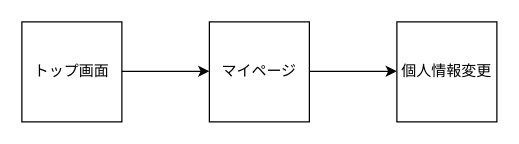
Above: 未命名绘图.drawio in CN-GUOYIMING/draw_io (draw.io), before the change. Source tidied: cells renumbered, new cells numbered last; positions are measured from the earlier drawing's top-left corner, leaving out a move shared by most shapes. Both pictures are drawn from the tidied source at 125%, with x=0, y=0 at pixel (21, 21).
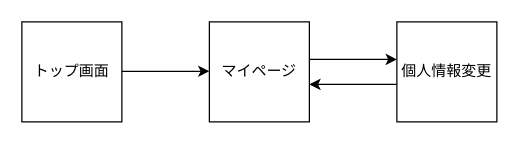
After the change.

Commit message:
更新未命名绘图.drawio

The edit, as a diff of the source:
```diff
@@
 <mxGraphModel>
   <root>
     <mxCell id="0" />
     <mxCell id="1" parent="0" />
     <mxCell id="2" value="トップ画面" style="whiteSpace=wrap;html=1;" parent="1" vertex="1">
       <mxGeometry width="80" height="80" as="geometry" />
     </mxCell>
     <mxCell id="3" style="endArrow=classic;html=1;rounded=0;" parent="1" edge="1">
       <mxGeometry relative="1" as="geometry">
         <mxPoint x="80" y="39.5" as="sourcePoint" />
         <mxPoint x="150" y="39.5" as="targetPoint" />
       </mxGeometry>
     </mxCell>
     <mxCell id="4" value="マイページ" style="whiteSpace=wrap;html=1;" parent="1" vertex="1">
       <mxGeometry x="150" width="80" height="80" as="geometry" />
     </mxCell>
     <mxCell id="5" style="endArrow=classic;html=1;rounded=0;" parent="1" edge="1">
       <mxGeometry relative="1" as="geometry">
-        <mxPoint x="230" y="39.5" as="sourcePoint" />
-        <mxPoint x="300" y="39.5" as="targetPoint" />
+        <mxPoint x="230" y="30" as="sourcePoint" />
+        <mxPoint x="300" y="30" as="targetPoint" />
       </mxGeometry>
     </mxCell>
+    <mxCell id="7" style="edgeStyle=orthogonalEdgeStyle;rounded=0;jettySize=auto;html=1;" parent="1" edge="1" source="6" target="4">
+      <mxGeometry relative="1" as="geometry">
+        <Array as="points">
+          <mxPoint x="280" y="50" />
+          <mxPoint x="280" y="50" />
+        </Array>
+      </mxGeometry>
+    </mxCell>
     <mxCell id="6" value="個人情報変更" style="whiteSpace=wrap;html=1;" parent="1" vertex="1">
       <mxGeometry x="300" width="80" height="80" as="geometry" />
     </mxCell>
   </root>
 </mxGraphModel>
```
